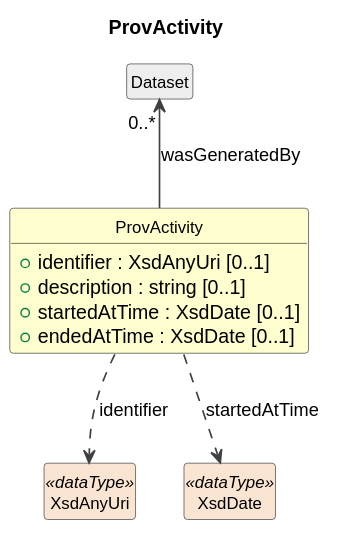
Before: build/field-level-documentation/CDIFCore/Classes/ProvActivity.svg, a diagram exported from PlantUML (Cross-Domain-Interoperability-Framework/metadataBuildingBlocks).
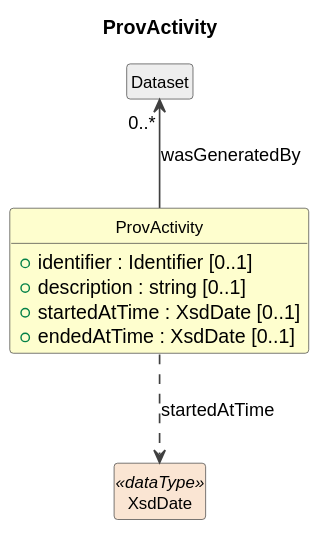
The same file after the commit.

Diff of the diagram source:
```diff
@@ -11,15 +11,13 @@
 }
 
 class "ProvActivity" as ProvActivity #FEFECE {
-  +identifier : XsdAnyUri [0..1]
+  +identifier : Identifier [0..1]
   +description : string [0..1]
   +startedAtTime : XsdDate [0..1]
   +endedAtTime : XsdDate [0..1]
 }
 class "Dataset" as Dataset #EEEEEE
 Dataset "0..*" <-- ProvActivity : wasGeneratedBy
-class "XsdAnyUri" as XsdAnyUri <<dataType>> #FAE5D3
-ProvActivity ..> XsdAnyUri : identifier
 class "XsdDate" as XsdDate <<dataType>> #FAE5D3
 ProvActivity ..> XsdDate : startedAtTime
 @enduml
```
